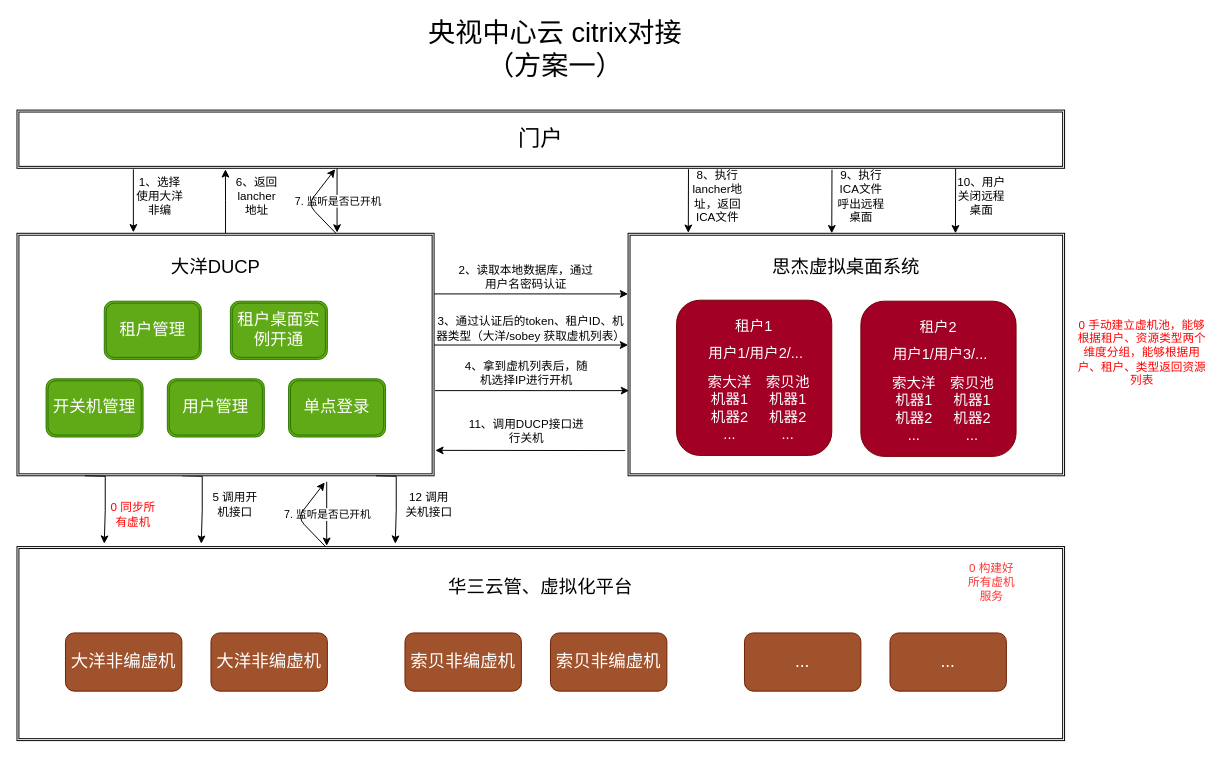
The draw.io diagram Untitled Diagram.drawio in Crispian-Han/hello-world, before the edit. Source tidied: cells renumbered, new cells numbered last; positions are measured from the earlier drawing's top-left corner, leaving out a move shared by most shapes. Both pictures are drawn from the tidied source at 97%, with x=0, y=0 at pixel (16, 19).
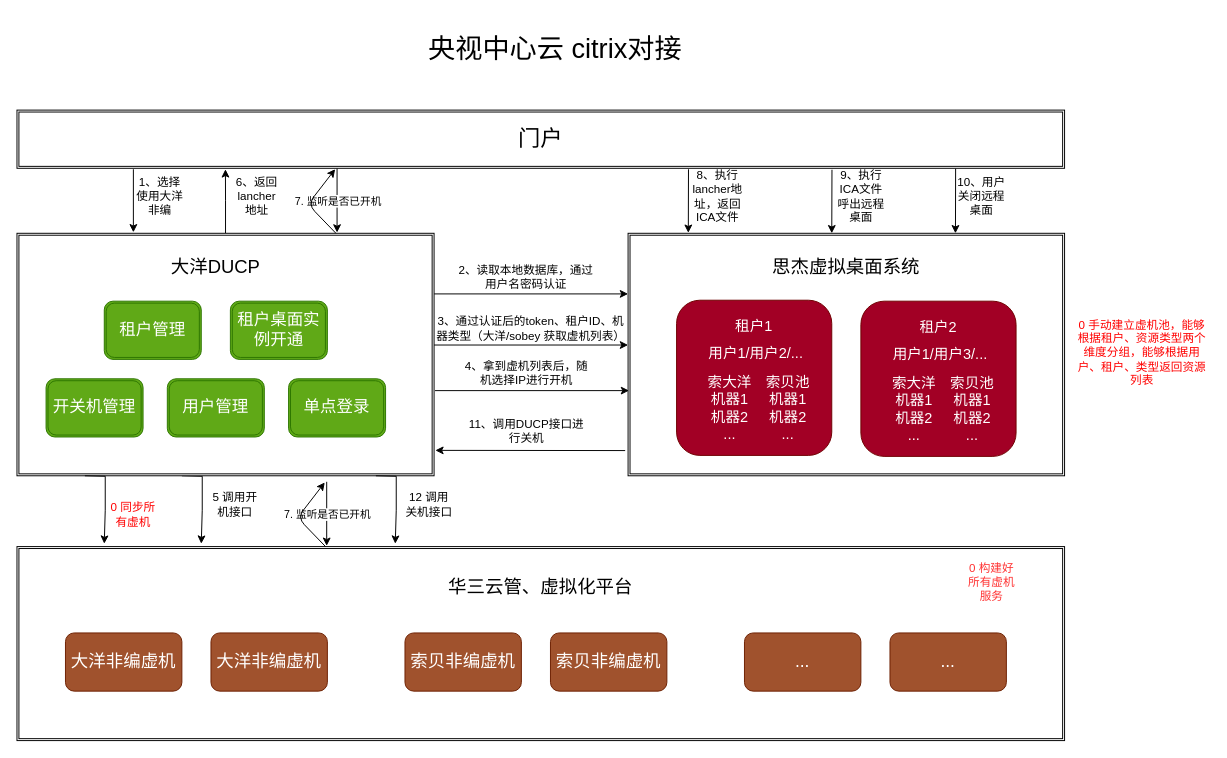
The same diagram, later.

What changed in the source:
```diff
@@
-    <mxCell id="3" value="&lt;font style=&quot;font-size: 28px&quot;&gt;央视中心云 citrix对接（方案一）&lt;/font&gt;" style="text;html=1;strokeColor=none;fillColor=none;align=center;verticalAlign=middle;whiteSpace=wrap;rounded=0;" parent="1" vertex="1">
+    <mxCell id="3" value="&lt;font style=&quot;font-size: 28px&quot;&gt;央视中心云 citrix对接&lt;/font&gt;" style="text;html=1;strokeColor=none;fillColor=none;align=center;verticalAlign=middle;whiteSpace=wrap;rounded=0;" parent="1" vertex="1">
       <mxGeometry x="415" width="280" height="60" as="geometry" />
     </mxCell>
```
